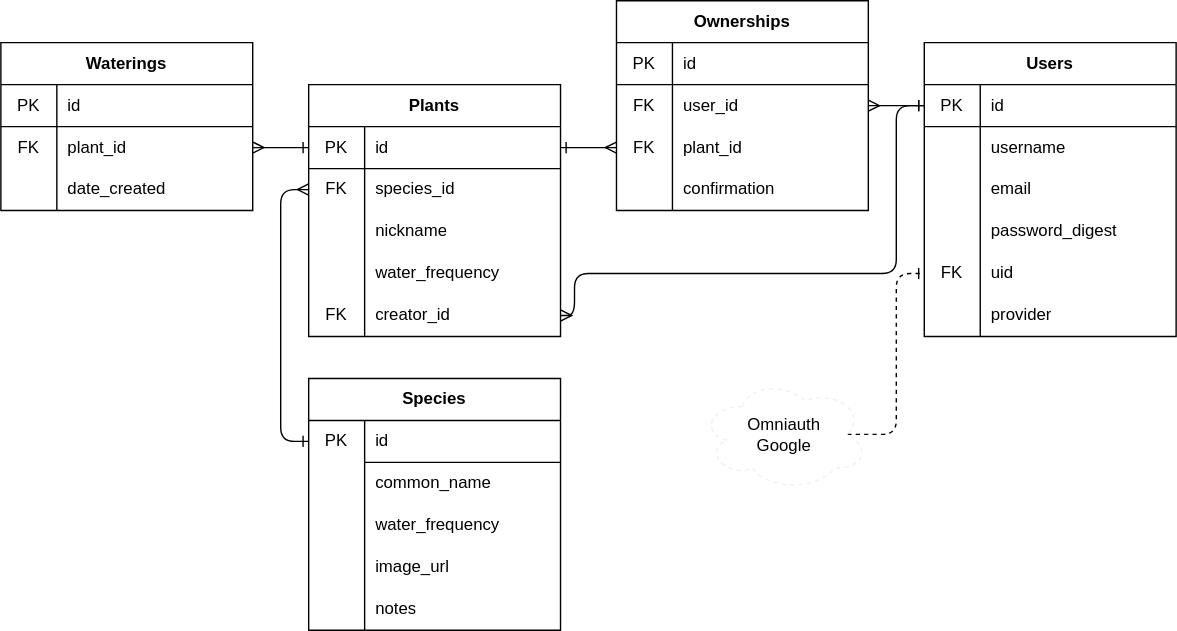
Before: db/schema.drawio.svg, a diagram exported from draw.io (karsonkalt/houseplant_helper). Source tidied: cells renumbered, new cells last; positions are measured from the earlier drawing's top-left corner, leaving out a move shared by most shapes.
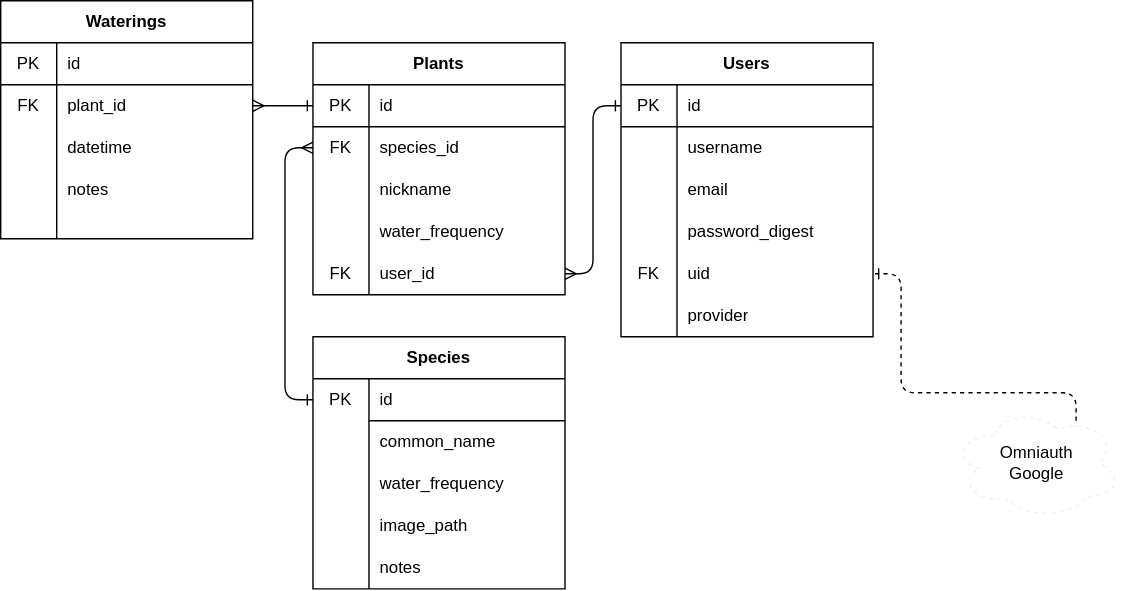
Later version of the same file.

Commit message:
Initialized views, partials, added Waterings and Sessions controllers.

What changed in the source:
```diff
@@ -3,7 +3,7 @@
     <mxCell id="0" />
     <mxCell id="1" parent="0" />
     <mxCell id="2" value="Plants" style="shape=table;html=1;whiteSpace=wrap;startSize=30;rowLines=0;fontStyle=1;align=center;" parent="1" vertex="1">
-      <mxGeometry x="220" y="60" width="180" height="180" as="geometry" />
+      <mxGeometry x="363" y="60" width="180" height="180" as="geometry" />
     </mxCell>
     <mxCell id="3" style="shape=partialRectangle;html=1;whiteSpace=wrap;fillColor=none;top=0;left=0;bottom=1;right=0;points=[[0,0.5],[1,0.5]];portConstraint=eastwest;" parent="2" vertex="1">
       <mxGeometry y="30" width="180" height="30" as="geometry" />
@@ -47,50 +47,11 @@
     <mxCell id="16" value="FK" style="shape=partialRectangle;html=1;whiteSpace=wrap;fillColor=none;top=0;left=0;bottom=0;right=0;overflow=hidden;" parent="15" vertex="1">
       <mxGeometry width="40" height="30" as="geometry" />
     </mxCell>
-    <mxCell id="17" value="creator_id" style="shape=partialRectangle;html=1;whiteSpace=wrap;fillColor=none;top=0;left=0;bottom=0;right=0;align=left;spacingLeft=6;overflow=hidden;" parent="15" vertex="1">
+    <mxCell id="17" value="user_id" style="shape=partialRectangle;html=1;whiteSpace=wrap;fillColor=none;top=0;left=0;bottom=0;right=0;align=left;spacingLeft=6;overflow=hidden;" parent="15" vertex="1">
       <mxGeometry x="40" width="140" height="30" as="geometry" />
     </mxCell>
-    <mxCell id="18" value="Ownerships" style="shape=table;html=1;whiteSpace=wrap;startSize=30;rowLines=0;fontStyle=1;align=center;" parent="1" vertex="1">
-      <mxGeometry x="440" width="180" height="150" as="geometry" />
-    </mxCell>
-    <mxCell id="19" style="shape=partialRectangle;html=1;whiteSpace=wrap;fillColor=none;top=0;left=0;bottom=1;right=0;" parent="18" vertex="1">
-      <mxGeometry y="30" width="180" height="30" as="geometry" />
-    </mxCell>
-    <mxCell id="20" value="PK" style="shape=partialRectangle;html=1;whiteSpace=wrap;fillColor=none;top=0;left=0;bottom=0;right=0;overflow=hidden;" parent="19" vertex="1">
-      <mxGeometry width="40" height="30" as="geometry" />
-    </mxCell>
-    <mxCell id="21" value="id" style="shape=partialRectangle;html=1;whiteSpace=wrap;fillColor=none;top=0;left=0;bottom=0;right=0;align=left;spacingLeft=6;overflow=hidden;" parent="19" vertex="1">
-      <mxGeometry x="40" width="140" height="30" as="geometry" />
-    </mxCell>
-    <mxCell id="22" style="shape=partialRectangle;html=1;whiteSpace=wrap;fillColor=none;top=0;left=0;bottom=0;right=0;points=[[0,0.5],[1,0.5]];portConstraint=eastwest;" parent="18" vertex="1">
-      <mxGeometry y="60" width="180" height="30" as="geometry" />
-    </mxCell>
-    <mxCell id="23" value="FK" style="shape=partialRectangle;html=1;whiteSpace=wrap;fillColor=none;top=0;left=0;bottom=0;right=0;overflow=hidden;" parent="22" vertex="1">
-      <mxGeometry width="40" height="30" as="geometry" />
-    </mxCell>
-    <mxCell id="24" value="user_id" style="shape=partialRectangle;html=1;whiteSpace=wrap;fillColor=none;top=0;left=0;bottom=0;right=0;align=left;spacingLeft=6;overflow=hidden;" parent="22" vertex="1">
-      <mxGeometry x="40" width="140" height="30" as="geometry" />
-    </mxCell>
-    <mxCell id="25" style="shape=partialRectangle;html=1;whiteSpace=wrap;fillColor=none;top=0;left=0;bottom=0;right=0;points=[[0,0.5],[1,0.5]];portConstraint=eastwest;" parent="18" vertex="1">
-      <mxGeometry y="90" width="180" height="30" as="geometry" />
-    </mxCell>
-    <mxCell id="26" value="FK" style="shape=partialRectangle;html=1;whiteSpace=wrap;fillColor=none;top=0;left=0;bottom=0;right=0;overflow=hidden;" parent="25" vertex="1">
-      <mxGeometry width="40" height="30" as="geometry" />
-    </mxCell>
-    <mxCell id="27" value="plant_id" style="shape=partialRectangle;html=1;whiteSpace=wrap;fillColor=none;top=0;left=0;bottom=0;right=0;align=left;spacingLeft=6;overflow=hidden;" parent="25" vertex="1">
-      <mxGeometry x="40" width="140" height="30" as="geometry" />
-    </mxCell>
-    <mxCell id="28" style="shape=partialRectangle;html=1;whiteSpace=wrap;fillColor=none;top=0;left=0;bottom=0;right=0;" parent="18" vertex="1">
-      <mxGeometry y="120" width="180" height="30" as="geometry" />
-    </mxCell>
-    <mxCell id="29" style="shape=partialRectangle;html=1;whiteSpace=wrap;fillColor=none;top=0;left=0;bottom=0;right=0;overflow=hidden;" parent="28" vertex="1">
-      <mxGeometry width="40" height="30" as="geometry" />
-    </mxCell>
-    <mxCell id="30" value="confirmation" style="shape=partialRectangle;html=1;whiteSpace=wrap;fillColor=none;top=0;left=0;bottom=0;right=0;align=left;spacingLeft=6;overflow=hidden;" parent="28" vertex="1">
-      <mxGeometry x="40" width="140" height="30" as="geometry" />
-    </mxCell>
     <mxCell id="31" value="Users" style="shape=table;html=1;whiteSpace=wrap;startSize=30;rowLines=0;fontStyle=1;align=center;" parent="1" vertex="1">
-      <mxGeometry x="660" y="30" width="180" height="210" as="geometry" />
+      <mxGeometry x="583" y="60" width="180" height="210" as="geometry" />
     </mxCell>
     <mxCell id="32" style="shape=partialRectangle;html=1;whiteSpace=wrap;fillColor=none;top=0;left=0;bottom=1;right=0;points=[[0,0.5],[1,0.5]];portConstraint=eastwest;" parent="31" vertex="1">
       <mxGeometry y="30" width="180" height="30" as="geometry" />
@@ -147,7 +108,7 @@
       <mxGeometry x="40" width="140" height="30" as="geometry" />
     </mxCell>
     <mxCell id="50" value="Waterings" style="shape=table;html=1;whiteSpace=wrap;startSize=30;rowLines=0;fontStyle=1;align=center;" parent="1" vertex="1">
-      <mxGeometry y="30" width="180" height="120" as="geometry" />
+      <mxGeometry x="140" y="30" width="180" height="170" as="geometry" />
     </mxCell>
     <mxCell id="51" style="shape=partialRectangle;html=1;whiteSpace=wrap;fillColor=none;top=0;left=0;bottom=1;right=0;" parent="50" vertex="1">
       <mxGeometry y="30" width="180" height="30" as="geometry" />
@@ -173,25 +134,19 @@
     <mxCell id="58" style="shape=partialRectangle;html=1;whiteSpace=wrap;fillColor=none;top=0;left=0;bottom=0;right=0;overflow=hidden;" parent="57" vertex="1">
       <mxGeometry width="40" height="30" as="geometry" />
     </mxCell>
-    <mxCell id="59" value="date_created" style="shape=partialRectangle;html=1;whiteSpace=wrap;fillColor=none;top=0;left=0;bottom=0;right=0;align=left;spacingLeft=6;overflow=hidden;" parent="57" vertex="1">
+    <mxCell id="59" value="datetime" style="shape=partialRectangle;html=1;whiteSpace=wrap;fillColor=none;top=0;left=0;bottom=0;right=0;align=left;spacingLeft=6;overflow=hidden;" parent="57" vertex="1">
       <mxGeometry x="40" width="140" height="30" as="geometry" />
     </mxCell>
     <mxCell id="60" style="edgeStyle=orthogonalEdgeStyle;jettySize=auto;html=1;exitX=0;exitY=0.5;exitDx=0;exitDy=0;startArrow=ERone;startFill=0;rounded=1;endArrow=ERmany;endFill=0;entryX=1;entryY=0.5;entryDx=0;entryDy=0;" parent="1" edge="1" source="3" target="54">
       <mxGeometry relative="1" as="geometry">
         <Array as="points">
-          <mxPoint x="190" y="105" />
-          <mxPoint x="190" y="105" />
+          <mxPoint x="333" y="105" />
+          <mxPoint x="333" y="105" />
         </Array>
       </mxGeometry>
     </mxCell>
-    <mxCell id="61" style="edgeStyle=orthogonalEdgeStyle;rounded=1;jettySize=auto;html=1;exitX=1;exitY=0.5;exitDx=0;exitDy=0;entryX=0;entryY=0.5;entryDx=0;entryDy=0;startArrow=ERone;startFill=0;endArrow=ERmany;endFill=0;" parent="1" edge="1" source="3" target="25">
-      <mxGeometry relative="1" as="geometry" />
-    </mxCell>
-    <mxCell id="62" style="edgeStyle=orthogonalEdgeStyle;rounded=1;jettySize=auto;html=1;entryX=0;entryY=0.5;entryDx=0;entryDy=0;startArrow=ERmany;startFill=0;endArrow=ERone;endFill=0;" parent="1" edge="1" source="22" target="32">
-      <mxGeometry relative="1" as="geometry" />
-    </mxCell>
     <mxCell id="63" value="Species" style="shape=table;html=1;whiteSpace=wrap;startSize=30;rowLines=0;fontStyle=1;align=center;perimeterSpacing=1;strokeWidth=1;" parent="1" vertex="1">
-      <mxGeometry x="220" y="270" width="180" height="180" as="geometry" />
+      <mxGeometry x="363" y="270" width="180" height="180" as="geometry" />
     </mxCell>
     <mxCell id="64" style="shape=partialRectangle;html=1;whiteSpace=wrap;fillColor=none;top=0;left=0;bottom=0;right=0;points=[[0,0.5],[1,0.5]];portConstraint=eastwest;" parent="63" vertex="1">
       <mxGeometry y="30" width="180" height="30" as="geometry" />
@@ -226,7 +181,7 @@
     <mxCell id="74" style="shape=partialRectangle;html=1;whiteSpace=wrap;fillColor=none;top=0;left=0;bottom=0;right=0;overflow=hidden;" parent="73" vertex="1">
       <mxGeometry width="40" height="30" as="geometry" />
     </mxCell>
-    <mxCell id="75" value="image_url" style="shape=partialRectangle;html=1;whiteSpace=wrap;fillColor=none;top=0;left=0;bottom=0;right=0;align=left;spacingLeft=6;overflow=hidden;" parent="73" vertex="1">
+    <mxCell id="75" value="image_path" style="shape=partialRectangle;html=1;whiteSpace=wrap;fillColor=none;top=0;left=0;bottom=0;right=0;align=left;spacingLeft=6;overflow=hidden;" parent="73" vertex="1">
       <mxGeometry x="40" width="140" height="30" as="geometry" />
     </mxCell>
     <mxCell id="76" style="shape=partialRectangle;html=1;whiteSpace=wrap;fillColor=none;top=0;left=0;bottom=0;right=0;" parent="63" vertex="1">
@@ -241,26 +196,30 @@
     <mxCell id="79" style="edgeStyle=orthogonalEdgeStyle;rounded=1;jettySize=auto;html=1;exitX=0;exitY=0.5;exitDx=0;exitDy=0;entryX=0;entryY=0.5;entryDx=0;entryDy=0;startArrow=ERmany;startFill=0;endArrow=ERone;endFill=0;" parent="1" edge="1" source="6" target="64">
       <mxGeometry relative="1" as="geometry" />
     </mxCell>
-    <mxCell id="80" style="edgeStyle=orthogonalEdgeStyle;rounded=1;jettySize=auto;html=1;entryX=0;entryY=0.5;entryDx=0;entryDy=0;startArrow=ERmany;startFill=0;endArrow=ERone;endFill=0;" parent="1" edge="1" source="15" target="32">
-      <mxGeometry relative="1" as="geometry">
-        <Array as="points">
-          <mxPoint x="410" y="225" />
-          <mxPoint x="410" y="195" />
-          <mxPoint x="640" y="195" />
-          <mxPoint x="640" y="75" />
-        </Array>
-      </mxGeometry>
-    </mxCell>
-    <mxCell id="81" style="edgeStyle=orthogonalEdgeStyle;rounded=1;jettySize=auto;html=1;entryX=0;entryY=0.5;entryDx=0;entryDy=0;startArrow=none;startFill=0;endArrow=ERone;endFill=0;exitX=0.875;exitY=0.5;exitDx=0;exitDy=0;exitPerimeter=0;dashed=1;" parent="1" edge="1" source="82" target="44">
+    <mxCell id="81" style="edgeStyle=orthogonalEdgeStyle;rounded=1;jettySize=auto;html=1;entryX=1;entryY=0.5;entryDx=0;entryDy=0;startArrow=none;startFill=0;endArrow=ERone;endFill=0;exitX=0.875;exitY=0.5;exitDx=0;exitDy=0;exitPerimeter=0;dashed=1;" parent="1" edge="1" target="44">
       <mxGeometry relative="1" as="geometry">
+        <mxPoint x="908" y="330" as="sourcePoint" />
         <Array as="points">
-          <mxPoint x="640" y="310" />
-          <mxPoint x="640" y="195" />
+          <mxPoint x="908" y="310" />
+          <mxPoint x="783" y="310" />
+          <mxPoint x="783" y="225" />
         </Array>
       </mxGeometry>
     </mxCell>
     <mxCell id="82" value="Omniauth&lt;br&gt;Google" style="ellipse;shape=cloud;whiteSpace=wrap;html=1;dashed=1;strokeColor=#f0f0f0;strokeWidth=1;" parent="1" vertex="1">
-      <mxGeometry x="500" y="270" width="120" height="80" as="geometry" />
+      <mxGeometry x="820" y="320" width="120" height="80" as="geometry" />
     </mxCell>
+    <mxCell id="83" style="edgeStyle=orthogonalEdgeStyle;rounded=1;jettySize=auto;html=1;entryX=1;entryY=0.5;entryDx=0;entryDy=0;endArrow=ERmany;endFill=0;startArrow=ERone;startFill=0;" parent="1" edge="1" source="32" target="15">
+      <mxGeometry relative="1" as="geometry" />
+    </mxCell>
+    <mxCell id="84" style="shape=partialRectangle;html=1;whiteSpace=wrap;fillColor=none;top=0;left=0;bottom=0;right=0;" parent="1" vertex="1">
+      <mxGeometry x="140" y="150" width="180" height="30" as="geometry" />
+    </mxCell>
+    <mxCell id="29" style="shape=partialRectangle;html=1;whiteSpace=wrap;fillColor=none;top=0;left=0;bottom=0;right=0;overflow=hidden;" parent="84" vertex="1">
+      <mxGeometry width="40" height="30" as="geometry" />
+    </mxCell>
+    <mxCell id="85" value="notes" style="shape=partialRectangle;html=1;whiteSpace=wrap;fillColor=none;top=0;left=0;bottom=0;right=0;align=left;spacingLeft=6;overflow=hidden;" parent="84" vertex="1">
+      <mxGeometry x="40" width="140" height="30" as="geometry" />
+    </mxCell>
   </root>
 </mxGraphModel>
```
